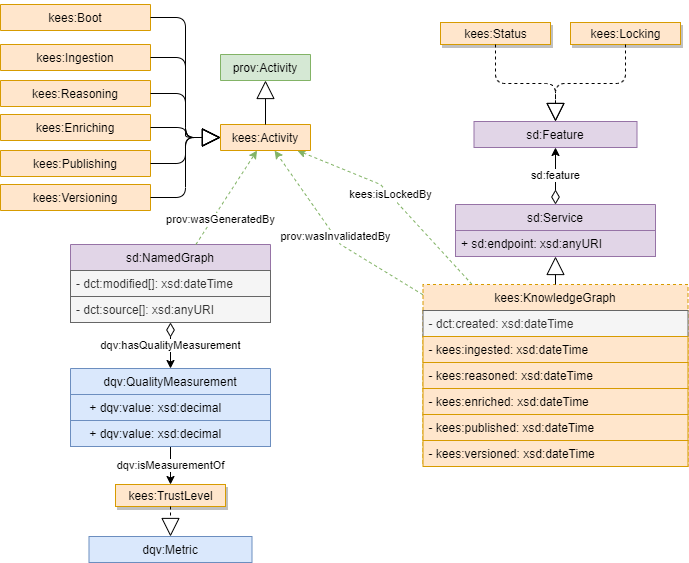
linkeddatacenter/kees keeps this draw.io diagram as v1/images/uml.png. Above is the earlier version. Source tidied: cells renumbered, new cells last; positions are measured from the earlier drawing's top-left corner, leaving out a move shared by most shapes.
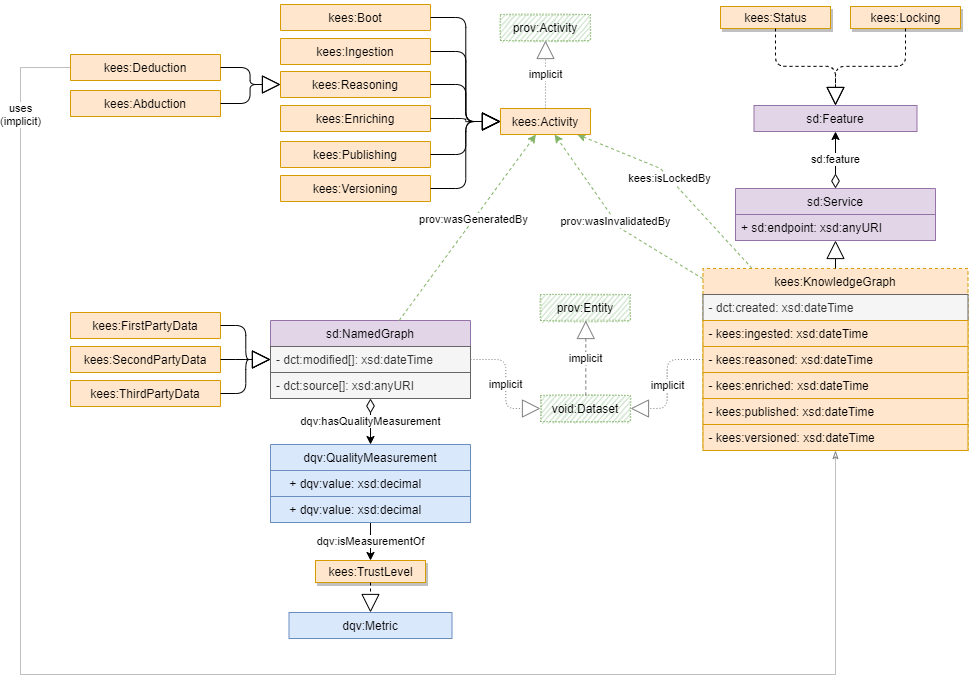
Above is the later version.

Diff of the diagram source:
```diff
@@ -5,7 +5,7 @@
     <mxCell id="2" value="kees:isLockedBy" style="edgeStyle=none;rounded=0;jettySize=auto;html=1;dashed=1;endArrow=classic;endFill=1;fillColor=#d5e8d4;strokeColor=#82b366;" parent="1" edge="1" source="4" target="15">
       <mxGeometry x="0.08" y="-1" relative="1" as="geometry">
         <Array as="points">
-          <mxPoint x="380" y="180" />
+          <mxPoint x="610" y="134" />
         </Array>
         <mxPoint x="-1" as="offset" />
       </mxGeometry>
@@ -13,12 +13,12 @@
     <mxCell id="3" value="prov:wasInvalidatedBy" style="rounded=0;jettySize=auto;html=1;dashed=1;fillColor=#d5e8d4;strokeColor=#82b366;" parent="1" edge="1" source="4" target="15">
       <mxGeometry relative="1" as="geometry">
         <Array as="points">
-          <mxPoint x="340" y="240" />
+          <mxPoint x="570" y="194" />
         </Array>
       </mxGeometry>
     </mxCell>
     <mxCell id="4" value="kees:KnowledgeGraph" style="swimlane;fontStyle=0;horizontal=1;startSize=26;fillColor=#ffe6cc;strokeColor=#d79b00;labelBackgroundColor=none;dashed=1;" parent="1" vertex="1">
-      <mxGeometry x="422.5" y="280" width="265" height="182" as="geometry" />
+      <mxGeometry x="652.5" y="234" width="265" height="182" as="geometry" />
     </mxCell>
     <mxCell id="5" value="- dct:created: xsd:dateTime" style="text;strokeColor=#666666;fillColor=#f5f5f5;align=left;verticalAlign=top;spacingLeft=4;spacingRight=4;overflow=hidden;fontColor=#333333;" parent="4" vertex="1">
       <mxGeometry y="26" width="265" height="26" as="geometry" />
@@ -42,7 +42,7 @@
       <mxGeometry relative="1" as="geometry" />
     </mxCell>
     <mxCell id="12" value="sd:Service" style="swimlane;fontStyle=0;horizontal=1;startSize=26;labelBackgroundColor=none;fillColor=#e1d5e7;strokeColor=#9673a6;" parent="1" vertex="1">
-      <mxGeometry x="455" y="200" width="200" height="52" as="geometry" />
+      <mxGeometry x="685" y="154" width="200" height="52" as="geometry" />
     </mxCell>
     <mxCell id="13" value="+ sd:endpoint: xsd:anyURI" style="text;strokeColor=#9673a6;fillColor=#e1d5e7;align=left;verticalAlign=top;spacingLeft=4;spacingRight=4;overflow=hidden;" parent="12" vertex="1">
       <mxGeometry y="26" width="200" height="26" as="geometry" />
@@ -51,22 +51,22 @@
       <mxGeometry relative="1" as="geometry" />
     </mxCell>
     <mxCell id="15" value="kees:Activity" style="swimlane;fontStyle=0;horizontal=1;startSize=26;labelBackgroundColor=none;fillColor=#ffe6cc;strokeColor=#d79b00;" parent="1" vertex="1" collapsed="1">
-      <mxGeometry x="220" y="120" width="90" height="26" as="geometry" />
+      <mxGeometry x="450" y="74" width="90" height="26" as="geometry" />
     </mxCell>
     <mxCell id="16" value="kees:Ingestion" style="swimlane;fontStyle=0;horizontal=1;startSize=26;fillColor=#ffe6cc;strokeColor=#d79b00;labelBackgroundColor=none;" parent="1" vertex="1" collapsed="1">
-      <mxGeometry y="40" width="150" height="26" as="geometry" />
+      <mxGeometry x="230" y="4" width="150" height="26" as="geometry" />
     </mxCell>
     <mxCell id="17" value="kees:Enriching" style="swimlane;fontStyle=0;horizontal=1;startSize=26;fillColor=#ffe6cc;strokeColor=#d79b00;labelBackgroundColor=none;" parent="1" vertex="1" collapsed="1">
-      <mxGeometry y="110" width="150" height="26" as="geometry" />
+      <mxGeometry x="230" y="71" width="150" height="26" as="geometry" />
     </mxCell>
     <mxCell id="18" value="kees:Reasoning" style="swimlane;fontStyle=0;horizontal=1;startSize=26;fillColor=#ffe6cc;strokeColor=#d79b00;labelBackgroundColor=none;" parent="1" vertex="1" collapsed="1">
-      <mxGeometry y="76" width="150" height="26" as="geometry" />
+      <mxGeometry x="230" y="37" width="150" height="26" as="geometry" />
     </mxCell>
     <mxCell id="19" value="kees:Publishing" style="swimlane;fontStyle=0;horizontal=1;startSize=26;fillColor=#ffe6cc;strokeColor=#d79b00;labelBackgroundColor=none;" parent="1" vertex="1" collapsed="1">
-      <mxGeometry y="146" width="150" height="26" as="geometry" />
+      <mxGeometry x="230" y="107" width="150" height="26" as="geometry" />
     </mxCell>
     <mxCell id="20" value="kees:Versioning" style="swimlane;fontStyle=0;horizontal=1;startSize=26;fillColor=#ffe6cc;strokeColor=#d79b00;labelBackgroundColor=none;" parent="1" vertex="1" collapsed="1">
-      <mxGeometry y="180" width="150" height="26" as="geometry" />
+      <mxGeometry x="230" y="141" width="150" height="26" as="geometry" />
     </mxCell>
     <mxCell id="21" style="endArrow=block;endSize=16;endFill=0;html=1;edgeStyle=elbowEdgeStyle;" parent="1" edge="1" source="16" target="15">
       <mxGeometry relative="1" as="geometry" />
@@ -84,25 +84,25 @@
       <mxGeometry relative="1" as="geometry" />
     </mxCell>
     <mxCell id="26" value="kees:Boot" style="swimlane;fontStyle=0;horizontal=1;startSize=26;fillColor=#ffe6cc;strokeColor=#d79b00;labelBackgroundColor=none;" parent="1" vertex="1" collapsed="1">
-      <mxGeometry width="150" height="26" as="geometry" />
+      <mxGeometry x="230" y="-30" width="150" height="26" as="geometry" />
     </mxCell>
     <mxCell id="27" style="endArrow=block;endSize=16;endFill=0;html=1;edgeStyle=elbowEdgeStyle;" parent="1" edge="1" source="26" target="15">
       <mxGeometry relative="1" as="geometry" />
     </mxCell>
-    <mxCell id="28" value="prov:Activity" style="swimlane;fontStyle=0;horizontal=1;startSize=26;labelBackgroundColor=none;fillColor=#d5e8d4;strokeColor=#82b366;" parent="1" vertex="1" collapsed="1">
-      <mxGeometry x="220" y="50" width="90" height="26" as="geometry" />
+    <mxCell id="28" value="prov:Activity" style="swimlane;fontStyle=0;horizontal=1;startSize=26;labelBackgroundColor=none;fillColor=#d5e8d4;strokeColor=#82b366;sketch=1;dashed=1;dashPattern=1 2;" parent="1" vertex="1" collapsed="1">
+      <mxGeometry x="450" y="-20" width="90" height="26" as="geometry" />
     </mxCell>
-    <mxCell id="29" style="endArrow=block;endSize=16;endFill=0;html=1;" parent="1" edge="1" source="15" target="28">
+    <mxCell id="29" value="implicit" style="endArrow=block;endSize=16;endFill=0;html=1;dashed=1;dashPattern=1 2;strokeColor=#808080;" parent="1" edge="1" source="15" target="28">
       <mxGeometry relative="1" as="geometry" />
     </mxCell>
     <mxCell id="30" value="kees:Status" style="html=1;labelBackgroundColor=none;fillColor=#ffe6cc;strokeColor=#d79b00;shadow=1;" parent="1" vertex="1">
-      <mxGeometry x="440" y="18" width="110" height="22" as="geometry" />
+      <mxGeometry x="670" y="-28" width="110" height="22" as="geometry" />
     </mxCell>
     <mxCell id="31" value="kees:Locking" style="html=1;labelBackgroundColor=none;fillColor=#ffe6cc;strokeColor=#d79b00;shadow=1;" parent="1" vertex="1">
-      <mxGeometry x="570" y="18" width="110" height="22" as="geometry" />
+      <mxGeometry x="800" y="-28" width="110" height="22" as="geometry" />
     </mxCell>
     <mxCell id="32" value="sd:Feature" style="swimlane;fontStyle=0;horizontal=1;startSize=26;labelBackgroundColor=none;fillColor=#e1d5e7;strokeColor=#9673a6;" parent="1" vertex="1" collapsed="1">
-      <mxGeometry x="473.5" y="117" width="163" height="26" as="geometry" />
+      <mxGeometry x="703.5" y="71" width="163" height="26" as="geometry" />
     </mxCell>
     <mxCell id="33" style="endArrow=block;endSize=16;endFill=0;html=1;edgeStyle=elbowEdgeStyle;elbow=vertical;dashed=1;" parent="1" edge="1" source="30" target="32">
       <mxGeometry relative="1" as="geometry" />
@@ -111,7 +111,7 @@
       <mxGeometry relative="1" as="geometry" />
     </mxCell>
     <mxCell id="35" value="sd:NamedGraph" style="swimlane;fontStyle=0;horizontal=1;startSize=26;labelBackgroundColor=none;fillColor=#e1d5e7;strokeColor=#9673a6;" parent="1" vertex="1">
-      <mxGeometry x="70" y="240" width="200" height="78" as="geometry" />
+      <mxGeometry x="220" y="286" width="200" height="78" as="geometry" />
     </mxCell>
     <mxCell id="36" value="- dct:modified[]: xsd:dateTime" style="text;strokeColor=#666666;fillColor=#f5f5f5;align=left;verticalAlign=top;spacingLeft=4;spacingRight=4;overflow=hidden;fontColor=#333333;" parent="35" vertex="1">
       <mxGeometry y="26" width="200" height="26" as="geometry" />
@@ -120,13 +120,13 @@
       <mxGeometry y="52" width="200" height="26" as="geometry" />
     </mxCell>
     <mxCell id="38" value="prov:wasGeneratedBy" style="edgeStyle=none;rounded=0;jettySize=auto;html=1;dashed=1;endArrow=classic;endFill=1;fillColor=#d5e8d4;strokeColor=#82b366;" parent="1" edge="1" source="35" target="15">
-      <mxGeometry x="-0.39" y="-7" relative="1" as="geometry" />
+      <mxGeometry x="0.09" relative="1" as="geometry" />
     </mxCell>
     <mxCell id="39" value="dqv:isMeasurementOf" style="edgeStyle=none;rounded=0;jettySize=auto;html=1;startArrow=none;startFill=0;endArrow=classic;endFill=1;startSize=12;" parent="1" edge="1" source="40" target="44">
       <mxGeometry relative="1" as="geometry" />
     </mxCell>
     <mxCell id="40" value="dqv:QualityMeasurement" style="swimlane;fontStyle=0;horizontal=1;startSize=26;labelBackgroundColor=none;fillColor=#dae8fc;strokeColor=#6c8ebf;" parent="1" vertex="1">
-      <mxGeometry x="70" y="364" width="200" height="78" as="geometry" />
+      <mxGeometry x="220" y="410" width="200" height="78" as="geometry" />
     </mxCell>
     <mxCell id="41" value="    + dqv:value: xsd:decimal" style="text;strokeColor=#6c8ebf;fillColor=#dae8fc;align=left;verticalAlign=top;spacingLeft=4;spacingRight=4;overflow=hidden;labelBackgroundColor=none;fontColor=default;" parent="40" vertex="1">
       <mxGeometry y="26" width="200" height="26" as="geometry" />
@@ -138,13 +138,67 @@
       <mxGeometry relative="1" as="geometry" />
     </mxCell>
     <mxCell id="44" value="kees:TrustLevel" style="html=1;labelBackgroundColor=none;fillColor=#ffe6cc;strokeColor=#d79b00;shadow=1;" parent="1" vertex="1">
-      <mxGeometry x="115" y="480" width="110" height="22" as="geometry" />
+      <mxGeometry x="265" y="526" width="110" height="22" as="geometry" />
     </mxCell>
     <mxCell id="45" value="dqv:Metric" style="swimlane;fontStyle=0;horizontal=1;startSize=26;labelBackgroundColor=none;fillColor=#dae8fc;strokeColor=#6c8ebf;" parent="1" vertex="1" collapsed="1">
-      <mxGeometry x="88.5" y="532" width="163" height="26" as="geometry" />
+      <mxGeometry x="238.5" y="578" width="163" height="26" as="geometry" />
     </mxCell>
     <mxCell id="46" style="endArrow=block;endSize=16;endFill=0;html=1;elbow=vertical;dashed=1;" parent="1" edge="1" source="44" target="45">
       <mxGeometry relative="1" as="geometry" />
     </mxCell>
+    <mxCell id="47" value="uses&lt;br&gt;(implicit)" style="edgeStyle=orthogonalEdgeStyle;rounded=0;jettySize=auto;html=1;dashed=1;dashPattern=1 1;strokeColor=#808080;endArrow=classicThin;endFill=0;" parent="1" edge="1" source="48" target="4">
+      <mxGeometry x="-0.89" relative="1" as="geometry">
+        <Array as="points">
+          <mxPoint x="-30" y="33" />
+          <mxPoint x="-30" y="640" />
+          <mxPoint x="785" y="640" />
+        </Array>
+      </mxGeometry>
+    </mxCell>
+    <mxCell id="48" value="kees:Deduction" style="swimlane;fontStyle=0;horizontal=1;startSize=26;fillColor=#ffe6cc;strokeColor=#d79b00;labelBackgroundColor=none;" parent="1" vertex="1" collapsed="1">
+      <mxGeometry x="20" y="20" width="150" height="26" as="geometry" />
+    </mxCell>
+    <mxCell id="49" value="kees:Abduction" style="swimlane;fontStyle=0;horizontal=1;startSize=26;fillColor=#ffe6cc;strokeColor=#d79b00;labelBackgroundColor=none;" parent="1" vertex="1" collapsed="1">
+      <mxGeometry x="20" y="56" width="150" height="26" as="geometry" />
+    </mxCell>
+    <mxCell id="50" value="implicit" style="endArrow=block;endSize=16;endFill=0;html=1;edgeStyle=elbowEdgeStyle;dashed=1;dashPattern=1 2;strokeColor=#808080;" parent="1" edge="1" source="35" target="53">
+      <mxGeometry relative="1" as="geometry" />
+    </mxCell>
+    <mxCell id="51" style="endArrow=block;endSize=16;endFill=0;html=1;edgeStyle=elbowEdgeStyle;" parent="1" edge="1" source="48" target="18">
+      <mxGeometry relative="1" as="geometry" />
+    </mxCell>
+    <mxCell id="52" style="endArrow=block;endSize=16;endFill=0;html=1;edgeStyle=elbowEdgeStyle;" parent="1" edge="1" source="49" target="18">
+      <mxGeometry relative="1" as="geometry" />
+    </mxCell>
+    <mxCell id="53" value="void:Dataset" style="swimlane;fontStyle=0;horizontal=1;startSize=26;labelBackgroundColor=none;fillColor=#d5e8d4;strokeColor=#82b366;sketch=1;dashed=1;dashPattern=1 2;" parent="1" vertex="1" collapsed="1">
+      <mxGeometry x="490" y="361" width="90" height="26" as="geometry" />
+    </mxCell>
+    <mxCell id="54" value="kees:FirstPartyData" style="swimlane;fontStyle=0;horizontal=1;startSize=26;fillColor=#ffe6cc;strokeColor=#d79b00;labelBackgroundColor=none;" parent="1" vertex="1" collapsed="1">
+      <mxGeometry x="20" y="278" width="150" height="26" as="geometry" />
+    </mxCell>
+    <mxCell id="55" value="kees:SecondPartyData" style="swimlane;fontStyle=0;horizontal=1;startSize=26;fillColor=#ffe6cc;strokeColor=#d79b00;labelBackgroundColor=none;" parent="1" vertex="1" collapsed="1">
+      <mxGeometry x="20" y="312" width="150" height="26" as="geometry" />
+    </mxCell>
+    <mxCell id="56" value="kees:ThirdPartyData" style="swimlane;fontStyle=0;horizontal=1;startSize=26;fillColor=#ffe6cc;strokeColor=#d79b00;labelBackgroundColor=none;" parent="1" vertex="1" collapsed="1">
+      <mxGeometry x="20" y="346" width="150" height="26" as="geometry" />
+    </mxCell>
+    <mxCell id="57" style="endArrow=block;endSize=16;endFill=0;html=1;edgeStyle=elbowEdgeStyle;" parent="1" edge="1" source="54" target="35">
+      <mxGeometry relative="1" as="geometry" />
+    </mxCell>
+    <mxCell id="58" style="endArrow=block;endSize=16;endFill=0;html=1;edgeStyle=elbowEdgeStyle;" parent="1" edge="1" source="55" target="35">
+      <mxGeometry relative="1" as="geometry" />
+    </mxCell>
+    <mxCell id="59" style="endArrow=block;endSize=16;endFill=0;html=1;edgeStyle=elbowEdgeStyle;" parent="1" edge="1" source="56" target="35">
+      <mxGeometry relative="1" as="geometry" />
+    </mxCell>
+    <mxCell id="60" value="prov:Entity" style="swimlane;fontStyle=0;horizontal=1;startSize=26;labelBackgroundColor=none;fillColor=#d5e8d4;strokeColor=#82b366;sketch=1;dashed=1;dashPattern=1 2;" parent="1" vertex="1" collapsed="1">
+      <mxGeometry x="490" y="260" width="90" height="26" as="geometry" />
+    </mxCell>
+    <mxCell id="61" value="implicit" style="endArrow=block;endSize=16;endFill=0;html=1;edgeStyle=elbowEdgeStyle;dashed=1;strokeColor=#808080;" parent="1" edge="1" source="53" target="60">
+      <mxGeometry relative="1" as="geometry" />
+    </mxCell>
+    <mxCell id="62" value="implicit" style="endArrow=block;endSize=16;endFill=0;html=1;edgeStyle=elbowEdgeStyle;dashed=1;dashPattern=1 2;strokeColor=#808080;" parent="1" edge="1" source="4" target="53">
+      <mxGeometry relative="1" as="geometry" />
+    </mxCell>
   </root>
 </mxGraphModel>
```
